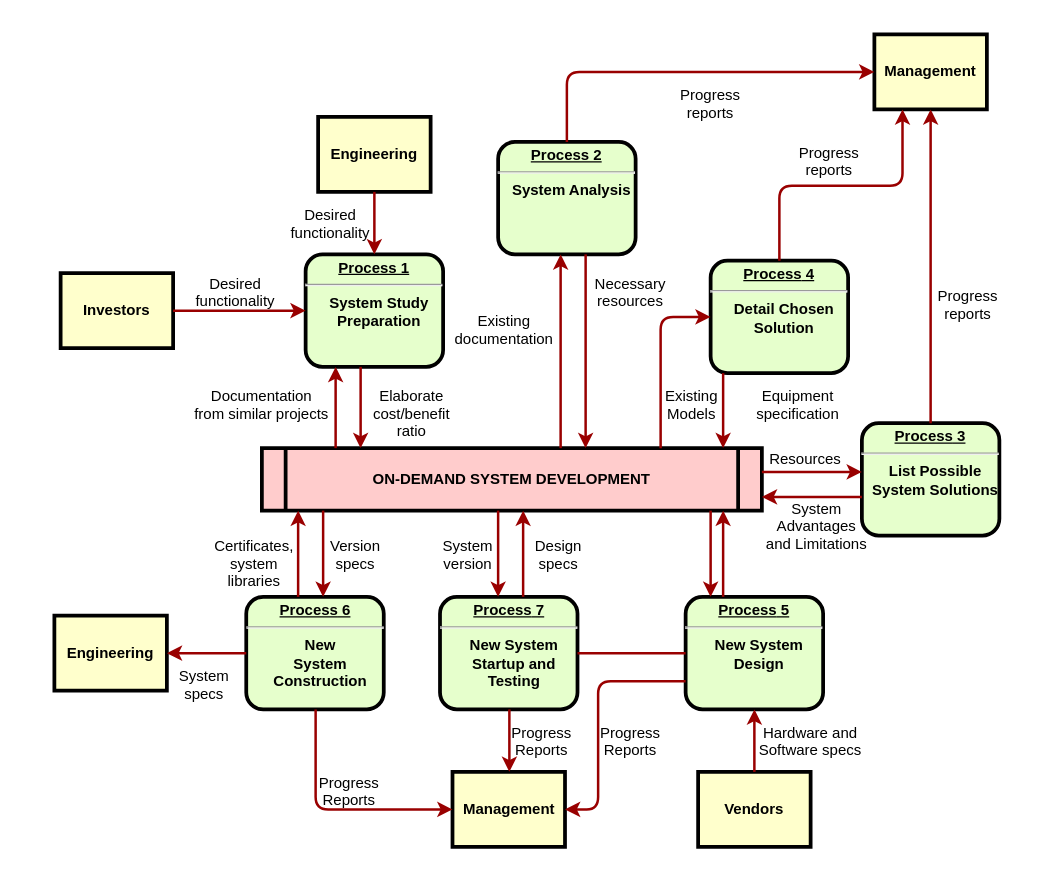
eddygrinder/LaRE keeps this draw.io diagram as diagramas/Diagrama sem nome.drawio. Above is the earlier version. Source tidied: cells renumbered, new cells numbered last; positions are measured from the earlier drawing's top-left corner, leaving out a move shared by most shapes. Both pictures are drawn from the tidied source at 125%, with x=0, y=0 at pixel (54, 34).
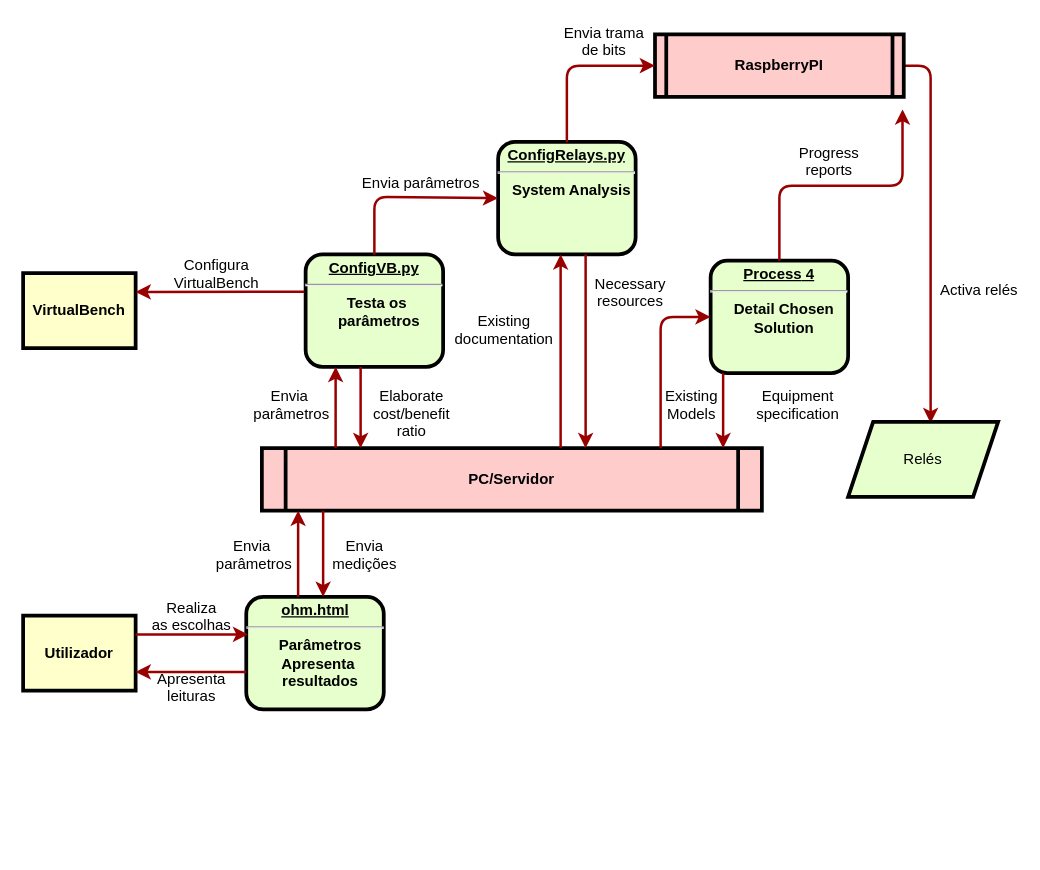
After the change.

The change refers to these unchanged cells:
```xml
<mxCell id="8" value="&lt;p style=&quot;margin: 0px; margin-top: 4px; text-align: center; text-decoration: underline;&quot;&gt;&lt;strong&gt;&lt;strong&gt;Process&lt;/strong&gt; 4&lt;br /&gt;&lt;/strong&gt;&lt;/p&gt;&lt;hr /&gt;&lt;p style=&quot;margin: 0px; margin-left: 8px;&quot;&gt;Detail Chosen&lt;/p&gt;&lt;p style=&quot;margin: 0px; margin-left: 8px;&quot;&gt;Solution&lt;/p&gt;" style="verticalAlign=middle;align=center;overflow=fill;fontSize=12;fontFamily=Helvetica;html=1;rounded=1;fontStyle=1;strokeWidth=3;fillColor=#E6FFCC;" parent="1" vertex="1">
  <mxGeometry x="525" y="181" width="110" height="90" as="geometry" />
</mxCell>
```

The edit, as a diff of the source:
```diff
@@
-    <mxCell id="2" value="&lt;p style=&quot;margin: 0px; margin-top: 4px; text-align: center; text-decoration: underline;&quot;&gt;&lt;strong&gt;Process 1&lt;br /&gt;&lt;/strong&gt;&lt;/p&gt;&lt;hr /&gt;&lt;p style=&quot;margin: 0px; margin-left: 8px;&quot;&gt;System Study&lt;/p&gt;&lt;p style=&quot;margin: 0px; margin-left: 8px;&quot;&gt;Preparation&lt;/p&gt;" style="verticalAlign=middle;align=center;overflow=fill;fontSize=12;fontFamily=Helvetica;html=1;rounded=1;fontStyle=1;strokeWidth=3;fillColor=#E6FFCC;" parent="1" vertex="1">
+    <mxCell id="2" value="&lt;p style=&quot;margin: 0px; margin-top: 4px; text-align: center; text-decoration: underline;&quot;&gt;&lt;strong&gt;ConfigVB.py&lt;/strong&gt;&lt;/p&gt;&lt;hr&gt;&lt;p style=&quot;margin: 0px; margin-left: 8px;&quot;&gt;&lt;span style=&quot;background-color: initial;&quot;&gt;Testa os&amp;nbsp;&lt;/span&gt;&lt;/p&gt;&lt;p style=&quot;margin: 0px; margin-left: 8px;&quot;&gt;&lt;span style=&quot;background-color: initial;&quot;&gt;parâmetros&lt;/span&gt;&lt;br&gt;&lt;/p&gt;" style="verticalAlign=middle;align=center;overflow=fill;fontSize=12;fontFamily=Helvetica;html=1;rounded=1;fontStyle=1;strokeWidth=3;fillColor=#E6FFCC;" parent="1" vertex="1">
       <mxGeometry x="201" y="176" width="110" height="90" as="geometry" />
     </mxCell>
-    <mxCell id="3" value="Engineering" style="whiteSpace=wrap;align=center;verticalAlign=middle;fontStyle=1;strokeWidth=3;fillColor=#FFFFCC;" parent="1" vertex="1">
-      <mxGeometry x="211" y="66" width="90" height="60" as="geometry" />
-    </mxCell>
-    <mxCell id="4" value="Investors" style="whiteSpace=wrap;align=center;verticalAlign=middle;fontStyle=1;strokeWidth=3;fillColor=#FFFFCC;" parent="1" vertex="1">
-      <mxGeometry x="5" y="191" width="90" height="60" as="geometry" />
+    <mxCell id="4" value="VirtualBench" style="whiteSpace=wrap;align=center;verticalAlign=middle;fontStyle=1;strokeWidth=3;fillColor=#FFFFCC;" parent="1" vertex="1">
+      <mxGeometry x="-25" y="191" width="90" height="60" as="geometry" />
     </mxCell>
-    <mxCell id="5" value="ON-DEMAND SYSTEM DEVELOPMENT" style="shape=process;whiteSpace=wrap;align=center;verticalAlign=middle;size=0.0475;fontStyle=1;strokeWidth=3;fillColor=#FFCCCC;" parent="1" vertex="1">
+    <mxCell id="5" value="PC/Servidor" style="shape=process;whiteSpace=wrap;align=center;verticalAlign=middle;size=0.0475;fontStyle=1;strokeWidth=3;fillColor=#FFCCCC;" parent="1" vertex="1">
       <mxGeometry x="166" y="331" width="400" height="50" as="geometry" />
     </mxCell>
-    <mxCell id="6" value="&lt;p style=&quot;margin: 0px; margin-top: 4px; text-align: center; text-decoration: underline;&quot;&gt;&lt;strong&gt;Process 2&lt;br /&gt;&lt;/strong&gt;&lt;/p&gt;&lt;hr /&gt;&lt;p style=&quot;margin: 0px; margin-left: 8px;&quot;&gt;System Analysis&lt;/p&gt;" style="verticalAlign=middle;align=center;overflow=fill;fontSize=12;fontFamily=Helvetica;html=1;rounded=1;fontStyle=1;strokeWidth=3;fillColor=#E6FFCC;" parent="1" vertex="1">
+    <mxCell id="6" value="&lt;p style=&quot;margin: 0px; margin-top: 4px; text-align: center; text-decoration: underline;&quot;&gt;&lt;strong&gt;ConfigRelays.py&lt;/strong&gt;&lt;/p&gt;&lt;hr&gt;&lt;p style=&quot;margin: 0px; margin-left: 8px;&quot;&gt;System Analysis&lt;/p&gt;" style="verticalAlign=middle;align=center;overflow=fill;fontSize=12;fontFamily=Helvetica;html=1;rounded=1;fontStyle=1;strokeWidth=3;fillColor=#E6FFCC;" parent="1" vertex="1">
       <mxGeometry x="355" y="86" width="110" height="90" as="geometry" />
     </mxCell>
-    <mxCell id="7" value="&lt;p style=&quot;margin: 0px; margin-top: 4px; text-align: center; text-decoration: underline;&quot;&gt;&lt;strong&gt;&lt;strong&gt;Process&lt;/strong&gt; 3&lt;br /&gt;&lt;/strong&gt;&lt;/p&gt;&lt;hr /&gt;&lt;p style=&quot;margin: 0px; margin-left: 8px;&quot;&gt;List Possible&lt;/p&gt;&lt;p style=&quot;margin: 0px; margin-left: 8px;&quot;&gt;System Solutions&lt;/p&gt;" style="verticalAlign=middle;align=center;overflow=fill;fontSize=12;fontFamily=Helvetica;html=1;rounded=1;fontStyle=1;strokeWidth=3;fillColor=#E6FFCC;" parent="1" vertex="1">
-      <mxGeometry x="646" y="311" width="110" height="90" as="geometry" />
-    </mxCell>
@@
-    <mxCell id="9" value="&lt;p style=&quot;margin: 0px; margin-top: 4px; text-align: center; text-decoration: underline;&quot;&gt;&lt;strong&gt;&lt;strong&gt;Process&lt;/strong&gt; 5&lt;br /&gt;&lt;/strong&gt;&lt;/p&gt;&lt;hr /&gt;&lt;p style=&quot;margin: 0px; margin-left: 8px;&quot;&gt;New System&lt;/p&gt;&lt;p style=&quot;margin: 0px; margin-left: 8px;&quot;&gt;Design&lt;/p&gt;" style="verticalAlign=middle;align=center;overflow=fill;fontSize=12;fontFamily=Helvetica;html=1;rounded=1;fontStyle=1;strokeWidth=3;fillColor=#E6FFCC;" parent="1" vertex="1">
-      <mxGeometry x="505" y="450" width="110" height="90" as="geometry" />
-    </mxCell>
-    <mxCell id="10" value="&lt;p style=&quot;margin: 0px; margin-top: 4px; text-align: center; text-decoration: underline;&quot;&gt;&lt;strong&gt;&lt;strong&gt;Process&lt;/strong&gt; 6&lt;br /&gt;&lt;/strong&gt;&lt;/p&gt;&lt;hr /&gt;&lt;p style=&quot;margin: 0px; margin-left: 8px;&quot;&gt;New&lt;/p&gt;&lt;p style=&quot;margin: 0px; margin-left: 8px;&quot;&gt;System&lt;/p&gt;&lt;p style=&quot;margin: 0px; margin-left: 8px;&quot;&gt;Construction&lt;/p&gt;" style="verticalAlign=middle;align=center;overflow=fill;fontSize=12;fontFamily=Helvetica;html=1;rounded=1;fontStyle=1;strokeWidth=3;fillColor=#E6FFCC;" parent="1" vertex="1">
+    <mxCell id="10" value="&lt;p style=&quot;margin: 0px; margin-top: 4px; text-align: center; text-decoration: underline;&quot;&gt;ohm.html&lt;/p&gt;&lt;hr&gt;&lt;p style=&quot;margin: 0px; margin-left: 8px;&quot;&gt;Parâmetros&lt;/p&gt;&lt;p style=&quot;margin: 0px; margin-left: 8px;&quot;&gt;Apresenta&amp;nbsp;&lt;/p&gt;&lt;p style=&quot;margin: 0px; margin-left: 8px;&quot;&gt;resultados&lt;/p&gt;" style="verticalAlign=middle;align=center;overflow=fill;fontSize=12;fontFamily=Helvetica;html=1;rounded=1;fontStyle=1;strokeWidth=3;fillColor=#E6FFCC;" parent="1" vertex="1">
       <mxGeometry x="153.5" y="450" width="110" height="90" as="geometry" />
     </mxCell>
-    <mxCell id="11" value="Management" style="whiteSpace=wrap;align=center;verticalAlign=middle;fontStyle=1;strokeWidth=3;fillColor=#FFFFCC;" parent="1" vertex="1">
-      <mxGeometry x="656" width="90" height="60" as="geometry" />
-    </mxCell>
-    <mxCell id="12" value="Management" style="whiteSpace=wrap;align=center;verticalAlign=middle;fontStyle=1;strokeWidth=3;fillColor=#FFFFCC;" parent="1" vertex="1">
-      <mxGeometry x="318.5" y="590" width="90" height="60" as="geometry" />
-    </mxCell>
-    <mxCell id="13" value="Engineering" style="whiteSpace=wrap;align=center;verticalAlign=middle;fontStyle=1;strokeWidth=3;fillColor=#FFFFCC;" parent="1" vertex="1">
-      <mxGeometry y="465" width="90" height="60" as="geometry" />
+    <mxCell id="13" value="Utilizador" style="whiteSpace=wrap;align=center;verticalAlign=middle;fontStyle=1;strokeWidth=3;fillColor=#FFFFCC;" parent="1" vertex="1">
+      <mxGeometry x="-25" y="465" width="90" height="60" as="geometry" />
     </mxCell>
-    <mxCell id="14" value="Vendors" style="whiteSpace=wrap;align=center;verticalAlign=middle;fontStyle=1;strokeWidth=3;fillColor=#FFFFCC;" parent="1" vertex="1">
-      <mxGeometry x="515" y="590" width="90" height="60" as="geometry" />
-    </mxCell>
-    <mxCell id="15" style="edgeStyle=none;noEdgeStyle=1;strokeColor=#990000;strokeWidth=2;" parent="1" edge="1" source="3" target="2">
-      <mxGeometry relative="1" as="geometry" />
-    </mxCell>
-    <mxCell id="16" style="edgeStyle=none;noEdgeStyle=1;strokeColor=#990000;strokeWidth=2;" parent="1" edge="1" source="4" target="2">
+    <mxCell id="16" style="edgeStyle=none;noEdgeStyle=1;strokeColor=#990000;strokeWidth=2;entryX=1;entryY=0.25;entryDx=0;entryDy=0;exitX=-0.009;exitY=0.333;exitDx=0;exitDy=0;exitPerimeter=0;" parent="1" edge="1" source="2" target="4">
       <mxGeometry relative="1" as="geometry" />
     </mxCell>
-    <mxCell id="17" value="&lt;p style=&quot;margin: 0px; margin-top: 4px; text-align: center; text-decoration: underline;&quot;&gt;&lt;strong&gt;&lt;strong&gt;Process&lt;/strong&gt; 7&lt;br /&gt;&lt;/strong&gt;&lt;/p&gt;&lt;hr /&gt;&lt;p style=&quot;margin: 0px; margin-left: 8px;&quot;&gt;New System&lt;/p&gt;&lt;p style=&quot;margin: 0px; margin-left: 8px;&quot;&gt;Startup and&lt;/p&gt;&lt;p style=&quot;margin: 0px; margin-left: 8px;&quot;&gt;Testing&lt;/p&gt;" style="verticalAlign=middle;align=center;overflow=fill;fontSize=12;fontFamily=Helvetica;html=1;rounded=1;fontStyle=1;strokeWidth=3;fillColor=#E6FFCC;" parent="1" vertex="1">
-      <mxGeometry x="308.5" y="450" width="110" height="90" as="geometry" />
-    </mxCell>
-    <mxCell id="18" style="endArrow=none;noEdgeStyle=1;strokeColor=#990000;strokeWidth=2;" parent="1" edge="1" source="9" target="17">
-      <mxGeometry relative="1" as="geometry" />
-    </mxCell>
-    <mxCell id="19" value="Desired &#10;functionality" style="text;spacingTop=-5;align=center;" parent="1" vertex="1">
-      <mxGeometry x="130" y="191" width="30" height="20" as="geometry" />
+    <mxCell id="19" value="Configura&#10;VirtualBench" style="text;spacingTop=-5;align=center;" parent="1" vertex="1">
+      <mxGeometry x="115" y="176" width="30" height="20" as="geometry" />
     </mxCell>
-    <mxCell id="20" value="Desired &#10;functionality" style="text;spacingTop=-5;align=center;" parent="1" vertex="1">
-      <mxGeometry x="206" y="136" width="30" height="20" as="geometry" />
-    </mxCell>
-    <mxCell id="21" value="Documentation&#10;from similar projects" style="text;spacingTop=-5;align=center;" parent="1" vertex="1">
-      <mxGeometry x="151" y="281" width="30" height="20" as="geometry" />
+    <mxCell id="21" value="Envia &#10;parâmetros" style="text;spacingTop=-5;align=center;" parent="1" vertex="1">
+      <mxGeometry x="175" y="281" width="30" height="20" as="geometry" />
     </mxCell>
@@
-    <mxCell id="29" value="Progress&#10;reports" style="text;spacingTop=-5;align=center;" parent="1" vertex="1">
-      <mxGeometry x="510" y="40" width="30" height="20" as="geometry" />
-    </mxCell>
@@
-    <mxCell id="31" value="Progress&#10;reports" style="text;spacingTop=-5;align=center;" parent="1" vertex="1">
-      <mxGeometry x="716" y="201" width="30" height="20" as="geometry" />
+    <mxCell id="31" value="Activa relés" style="text;spacingTop=-5;align=center;" parent="1" vertex="1">
+      <mxGeometry x="725" y="196" width="30" height="20" as="geometry" />
     </mxCell>
-    <mxCell id="32" style="edgeStyle=elbowEdgeStyle;elbow=horizontal;strokeColor=#990000;strokeWidth=2;" parent="1" edge="1" source="6" target="11">
-      <mxGeometry relative="1" as="geometry">
-        <Array as="points">
-          <mxPoint x="410" y="80" />
-        </Array>
-      </mxGeometry>
-    </mxCell>
-    <mxCell id="33" style="edgeStyle=elbowEdgeStyle;elbow=vertical;entryX=0.25;entryY=1;strokeColor=#990000;strokeWidth=2;" parent="1" edge="1" source="8" target="11">
-      <mxGeometry relative="1" as="geometry" />
+    <mxCell id="33" style="edgeStyle=elbowEdgeStyle;elbow=vertical;entryX=0.25;entryY=1;strokeColor=#990000;strokeWidth=2;" parent="1" edge="1" source="8">
+      <mxGeometry relative="1" as="geometry">
+        <mxPoint x="678.5" y="60" as="targetPoint" />
+      </mxGeometry>
     </mxCell>
-    <mxCell id="34" style="edgeStyle=elbowEdgeStyle;elbow=horizontal;strokeColor=#990000;strokeWidth=2;" parent="1" edge="1" source="7" target="11">
-      <mxGeometry relative="1" as="geometry" />
+    <mxCell id="34" style="edgeStyle=elbowEdgeStyle;elbow=horizontal;strokeColor=#990000;strokeWidth=2;exitX=1;exitY=0.5;exitDx=0;exitDy=0;entryX=0.5;entryY=0;entryDx=0;entryDy=0;" parent="1" edge="1" source="68">
+      <mxGeometry relative="1" as="geometry">
+        <mxPoint x="701" y="311" as="targetPoint" />
+        <Array as="points">
+          <mxPoint x="701" y="170" />
+        </Array>
+      </mxGeometry>
     </mxCell>
@@
-    <mxCell id="39" style="edgeStyle=elbowEdgeStyle;elbow=vertical;strokeColor=#990000;strokeWidth=2;" parent="1" edge="1" source="5" target="7">
-      <mxGeometry relative="1" as="geometry">
-        <Array as="points">
-          <mxPoint x="615" y="350" />
-        </Array>
-      </mxGeometry>
-    </mxCell>
-    <mxCell id="40" style="edgeStyle=elbowEdgeStyle;elbow=vertical;strokeColor=#990000;strokeWidth=2;" parent="1" edge="1" source="7" target="5">
-      <mxGeometry relative="1" as="geometry">
-        <Array as="points">
-          <mxPoint x="615" y="370" />
-        </Array>
-      </mxGeometry>
-    </mxCell>
-    <mxCell id="41" value="Resources" style="text;spacingTop=-5;align=center;" parent="1" vertex="1">
-      <mxGeometry x="586" y="331" width="30" height="20" as="geometry" />
-    </mxCell>
-    <mxCell id="42" value="System &#10;Advantages &#10;and Limitations" style="text;spacingTop=-5;align=center;" parent="1" vertex="1">
-      <mxGeometry x="595" y="371" width="30" height="20" as="geometry" />
-    </mxCell>
-    <mxCell id="43" style="edgeStyle=elbowEdgeStyle;elbow=horizontal;strokeColor=#990000;strokeWidth=2;" parent="1" edge="1" source="9" target="5">
-      <mxGeometry relative="1" as="geometry">
-        <Array as="points">
-          <mxPoint x="535" y="410" />
-        </Array>
-      </mxGeometry>
-    </mxCell>
-    <mxCell id="44" style="edgeStyle=elbowEdgeStyle;elbow=horizontal;strokeColor=#990000;strokeWidth=2;" parent="1" edge="1" source="5" target="9">
-      <mxGeometry relative="1" as="geometry">
-        <Array as="points">
-          <mxPoint x="525" y="420" />
-        </Array>
-      </mxGeometry>
-    </mxCell>
-    <mxCell id="45" style="edgeStyle=elbowEdgeStyle;elbow=horizontal;strokeColor=#990000;strokeWidth=2;" parent="1" edge="1" source="14" target="9">
-      <mxGeometry relative="1" as="geometry" />
-    </mxCell>
-    <mxCell id="46" value="Hardware and&#10;Software specs" style="text;spacingTop=-5;align=center;" parent="1" vertex="1">
-      <mxGeometry x="590" y="550" width="30" height="20" as="geometry" />
-    </mxCell>
-    <mxCell id="47" style="edgeStyle=elbowEdgeStyle;elbow=horizontal;exitX=0;exitY=0.75;strokeColor=#990000;strokeWidth=2;" parent="1" edge="1" source="9" target="12">
-      <mxGeometry relative="1" as="geometry">
-        <Array as="points">
-          <mxPoint x="435" y="570" />
-        </Array>
-      </mxGeometry>
-    </mxCell>
-    <mxCell id="48" value="Progress&#10;Reports" style="text;spacingTop=-5;align=center;" parent="1" vertex="1">
-      <mxGeometry x="446" y="550" width="30" height="20" as="geometry" />
-    </mxCell>
-    <mxCell id="49" style="edgeStyle=elbowEdgeStyle;elbow=horizontal;strokeColor=#990000;strokeWidth=2;" parent="1" edge="1" source="17" target="12">
-      <mxGeometry relative="1" as="geometry" />
-    </mxCell>
-    <mxCell id="50" value="Progress&#10;Reports" style="text;spacingTop=-5;align=center;" parent="1" vertex="1">
-      <mxGeometry x="375" y="550" width="30" height="20" as="geometry" />
-    </mxCell>
-    <mxCell id="51" style="edgeStyle=elbowEdgeStyle;elbow=horizontal;strokeColor=#990000;strokeWidth=2;" parent="1" edge="1" source="10" target="12">
-      <mxGeometry relative="1" as="geometry">
-        <Array as="points">
-          <mxPoint x="209" y="570" />
-        </Array>
-      </mxGeometry>
-    </mxCell>
-    <mxCell id="52" value="Progress&#10;Reports" style="text;spacingTop=-5;align=center;" parent="1" vertex="1">
-      <mxGeometry x="221" y="590" width="30" height="20" as="geometry" />
-    </mxCell>
-    <mxCell id="53" style="edgeStyle=elbowEdgeStyle;elbow=vertical;strokeColor=#990000;strokeWidth=2;" parent="1" edge="1" source="10" target="13">
-      <mxGeometry relative="1" as="geometry" />
-    </mxCell>
-    <mxCell id="54" style="edgeStyle=elbowEdgeStyle;elbow=horizontal;strokeColor=#990000;strokeWidth=2;" parent="1" edge="1" source="5" target="17">
-      <mxGeometry relative="1" as="geometry">
-        <Array as="points">
-          <mxPoint x="355" y="410" />
-        </Array>
-      </mxGeometry>
-    </mxCell>
-    <mxCell id="55" style="edgeStyle=elbowEdgeStyle;elbow=horizontal;strokeColor=#990000;strokeWidth=2;" parent="1" edge="1" source="17" target="5">
-      <mxGeometry relative="1" as="geometry">
-        <Array as="points">
-          <mxPoint x="375" y="410" />
-        </Array>
-      </mxGeometry>
-    </mxCell>
-    <mxCell id="56" value="Version&#10;specs" style="text;spacingTop=-5;align=center;" parent="1" vertex="1">
-      <mxGeometry x="226" y="401" width="30" height="20" as="geometry" />
+    <mxCell id="56" value="Envia&#10;medições" style="text;spacingTop=-5;align=center;" parent="1" vertex="1">
+      <mxGeometry x="233.5" y="401" width="30" height="20" as="geometry" />
     </mxCell>
-    <mxCell id="57" value="Certificates,&#10;system&#10;libraries" style="text;spacingTop=-5;align=center;" parent="1" vertex="1">
+    <mxCell id="57" value="Envia &#10;parâmetros" style="text;spacingTop=-5;align=center;" parent="1" vertex="1">
       <mxGeometry x="145" y="401" width="30" height="20" as="geometry" />
     </mxCell>
@@
-    <mxCell id="60" value="System&#10;specs" style="text;spacingTop=-5;align=center;" parent="1" vertex="1">
-      <mxGeometry x="105" y="505" width="30" height="20" as="geometry" />
+    <mxCell id="60" value="Realiza&#10;as escolhas" style="text;spacingTop=-5;align=center;" parent="1" vertex="1">
+      <mxGeometry x="95" y="450" width="30" height="35" as="geometry" />
     </mxCell>
-    <mxCell id="61" value="Design&#10;specs" style="text;spacingTop=-5;align=center;" parent="1" vertex="1">
-      <mxGeometry x="388.5" y="401" width="30" height="20" as="geometry" />
-    </mxCell>
-    <mxCell id="62" value="System&#10;version" style="text;spacingTop=-5;align=center;" parent="1" vertex="1">
-      <mxGeometry x="316" y="401" width="30" height="20" as="geometry" />
-    </mxCell>
+    <mxCell id="63" style="edgeStyle=none;noEdgeStyle=1;strokeColor=#990000;strokeWidth=2;exitX=-0.009;exitY=0.333;exitDx=0;exitDy=0;exitPerimeter=0;" parent="1" edge="1">
+      <mxGeometry relative="1" as="geometry">
+        <mxPoint x="153.5" y="510" as="sourcePoint" />
+        <mxPoint x="65" y="510" as="targetPoint" />
+      </mxGeometry>
+    </mxCell>
+    <mxCell id="64" style="edgeStyle=none;noEdgeStyle=1;strokeColor=#990000;strokeWidth=2;exitX=1;exitY=0.5;exitDx=0;exitDy=0;" parent="1" edge="1">
+      <mxGeometry relative="1" as="geometry">
+        <mxPoint x="65" y="480" as="sourcePoint" />
+        <mxPoint x="155" y="480" as="targetPoint" />
+      </mxGeometry>
+    </mxCell>
+    <mxCell id="65" value="Apresenta&#10;leituras" style="text;spacingTop=-5;align=center;" parent="1" vertex="1">
+      <mxGeometry x="95" y="507" width="30" height="35" as="geometry" />
+    </mxCell>
+    <mxCell id="66" style="edgeStyle=none;noEdgeStyle=1;strokeColor=#990000;strokeWidth=2;entryX=0;entryY=0.5;entryDx=0;entryDy=0;exitX=0.5;exitY=0;exitDx=0;exitDy=0;" parent="1" edge="1" source="2" target="6">
+      <mxGeometry relative="1" as="geometry">
+        <Array as="points">
+          <mxPoint x="256" y="130" />
+        </Array>
+      </mxGeometry>
+    </mxCell>
+    <mxCell id="67" value="Envia parâmetros" style="text;spacingTop=-5;align=center;" parent="1" vertex="1">
+      <mxGeometry x="278.5" y="110" width="30" height="20" as="geometry" />
+    </mxCell>
+    <mxCell id="68" value="RaspberryPI" style="shape=process;whiteSpace=wrap;align=center;verticalAlign=middle;size=0.0475;fontStyle=1;strokeWidth=3;fillColor=#FFCCCC;" parent="1" vertex="1">
+      <mxGeometry x="480.5" width="199" height="50" as="geometry" />
+    </mxCell>
+    <mxCell id="69" style="edgeStyle=none;noEdgeStyle=1;strokeColor=#990000;strokeWidth=2;entryX=0;entryY=0.5;entryDx=0;entryDy=0;exitX=0.5;exitY=0;exitDx=0;exitDy=0;" parent="1" edge="1" source="6" target="68">
+      <mxGeometry relative="1" as="geometry">
+        <Array as="points">
+          <mxPoint x="410" y="25" />
+        </Array>
+      </mxGeometry>
+    </mxCell>
+    <mxCell id="70" value="Envia trama&#10;de bits" style="text;spacingTop=-5;align=center;" parent="1" vertex="1">
+      <mxGeometry x="425" y="-10" width="30" height="20" as="geometry" />
+    </mxCell>
+    <mxCell id="71" value="Relés" style="shape=parallelogram;perimeter=parallelogramPerimeter;whiteSpace=wrap;html=1;fixedSize=1;fillColor=#E6FFCC;strokeColor=#000000;strokeWidth=3;" parent="1" vertex="1">
+      <mxGeometry x="635" y="310" width="120" height="60" as="geometry" />
+    </mxCell>
```
